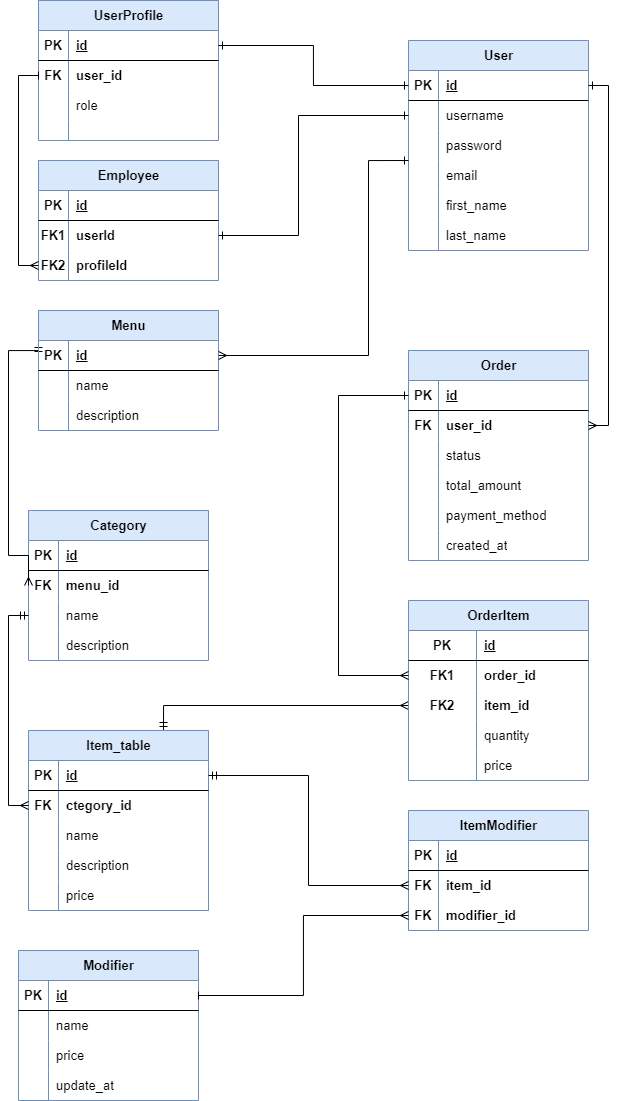
The draw.io diagram food_delivery.png in almusfuad/food_delivery_DK, before a commit. Source tidied: cells renumbered, new cells last; positions are measured from the earlier drawing's top-left corner, leaving out a move shared by most shapes.
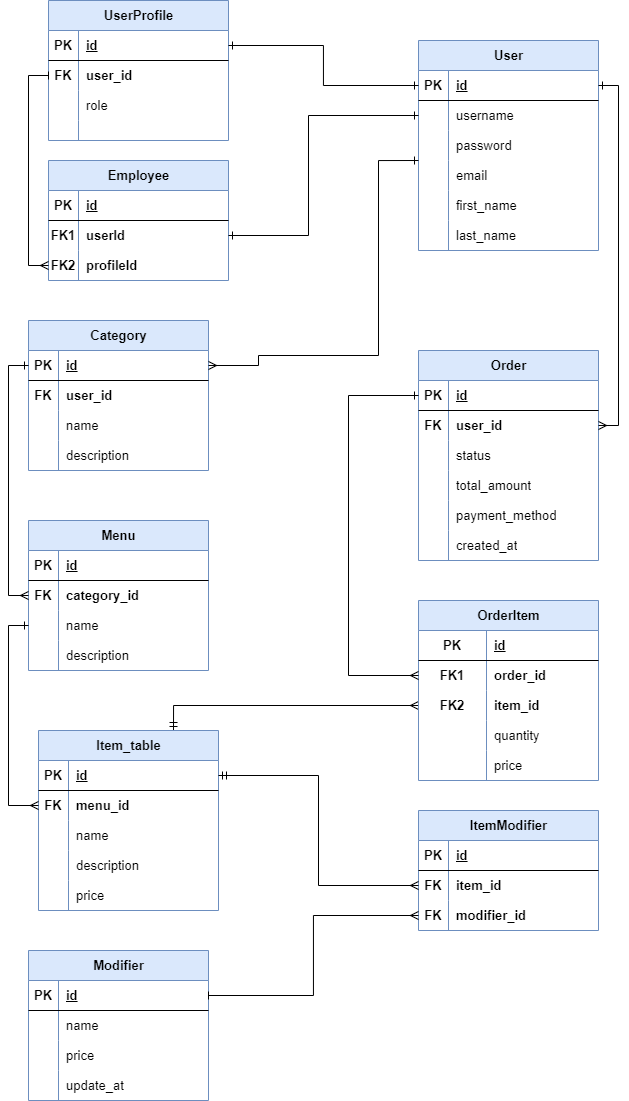
Above is the later version.

Diff of the diagram source:
```diff
@@ -3,7 +3,7 @@
     <mxCell id="0" />
     <mxCell id="1" parent="0" />
     <mxCell id="2" value="Category" style="shape=table;startSize=30;rowLines=0;fontStyle=1;align=center;html=1;fillColor=#dae8fc;strokeColor=#6c8ebf;fontSize=13;" parent="1" vertex="1">
-      <mxGeometry x="20" y="510" width="180" height="150" as="geometry" />
+      <mxGeometry x="10" y="320" width="180" height="150" as="geometry" />
     </mxCell>
     <mxCell id="3" style="shape=tableRow;horizontal=0;startSize=0;swimlaneHead=0;swimlaneBody=0;fillColor=none;points=[[0,0.5],[1,0.5]];portConstraint=eastwest;top=0;left=0;right=0;bottom=1;fontSize=13;" parent="2" vertex="1">
       <mxGeometry y="30" width="180" height="30" as="geometry" />
@@ -20,7 +20,7 @@
     <mxCell id="7" value="&lt;b style=&quot;font-size: 13px;&quot;&gt;FK&lt;/b&gt;" style="shape=partialRectangle;fillColor=none;top=0;left=0;bottom=0;right=0;overflow=hidden;whiteSpace=wrap;html=1;fontSize=13;" parent="6" vertex="1">
       <mxGeometry width="30" height="30" as="geometry" />
     </mxCell>
-    <mxCell id="8" value="&lt;b style=&quot;font-size: 13px;&quot;&gt;menu_id&lt;/b&gt;" style="shape=partialRectangle;fillColor=none;top=0;left=0;bottom=0;right=0;align=left;spacingLeft=6;overflow=hidden;whiteSpace=wrap;html=1;fontSize=13;" parent="6" vertex="1">
+    <mxCell id="8" value="&lt;b&gt;user_id&lt;/b&gt;" style="shape=partialRectangle;fillColor=none;top=0;left=0;bottom=0;right=0;align=left;spacingLeft=6;overflow=hidden;whiteSpace=wrap;html=1;fontSize=13;" parent="6" vertex="1">
       <mxGeometry x="30" width="150" height="30" as="geometry" />
     </mxCell>
     <mxCell id="9" style="shape=tableRow;horizontal=0;startSize=0;swimlaneHead=0;swimlaneBody=0;fillColor=none;points=[[0,0.5],[1,0.5]];portConstraint=eastwest;top=0;left=0;right=0;bottom=0;fontSize=13;" parent="2" vertex="1">
@@ -62,7 +62,7 @@
     <mxCell id="21" value="&lt;b style=&quot;font-size: 13px;&quot;&gt;FK&lt;/b&gt;" style="shape=partialRectangle;fillColor=none;top=0;left=0;bottom=0;right=0;overflow=hidden;whiteSpace=wrap;html=1;fontSize=13;" parent="20" vertex="1">
       <mxGeometry width="30" height="30" as="geometry" />
     </mxCell>
-    <mxCell id="22" value="&lt;b style=&quot;font-size: 13px;&quot;&gt;ctegory_id&lt;/b&gt;" style="shape=partialRectangle;fillColor=none;top=0;left=0;bottom=0;right=0;align=left;spacingLeft=6;overflow=hidden;whiteSpace=wrap;html=1;fontSize=13;" parent="20" vertex="1">
+    <mxCell id="22" value="&lt;b&gt;menu_id&lt;/b&gt;" style="shape=partialRectangle;fillColor=none;top=0;left=0;bottom=0;right=0;align=left;spacingLeft=6;overflow=hidden;whiteSpace=wrap;html=1;fontSize=13;" parent="20" vertex="1">
       <mxGeometry x="30" width="150" height="30" as="geometry" />
     </mxCell>
     <mxCell id="23" style="shape=tableRow;horizontal=0;startSize=0;swimlaneHead=0;swimlaneBody=0;fillColor=none;top=0;left=0;right=0;bottom=0;fontSize=13;" parent="16" vertex="1">
@@ -266,19 +266,6 @@
     <mxCell id="89" value="price" style="shape=partialRectangle;fillColor=none;top=0;left=0;bottom=0;right=0;align=left;spacingLeft=6;overflow=hidden;whiteSpace=wrap;html=1;fontSize=13;" parent="87" vertex="1">
       <mxGeometry x="68" width="112" height="30" as="geometry" />
     </mxCell>
-    <mxCell id="90" style="edgeStyle=orthogonalEdgeStyle;rounded=0;jettySize=auto;html=1;entryX=0;entryY=0.5;entryDx=0;entryDy=0;startArrow=ERmandOne;startFill=0;endArrow=ERmany;endFill=0;fontSize=13;exitX=0;exitY=0.5;exitDx=0;exitDy=0;" parent="1" edge="1" source="130" target="6">
-      <mxGeometry relative="1" as="geometry">
-        <Array as="points">
-          <mxPoint x="30" y="350" />
-          <mxPoint y="350" />
-          <mxPoint y="555" />
-          <mxPoint x="20" y="555" />
-        </Array>
-      </mxGeometry>
-    </mxCell>
-    <mxCell id="91" style="edgeStyle=orthogonalEdgeStyle;rounded=0;jettySize=auto;html=1;exitX=0;exitY=0.5;exitDx=0;exitDy=0;entryX=0;entryY=0.5;entryDx=0;entryDy=0;startArrow=ERmandOne;startFill=0;endArrow=ERmany;endFill=0;fontSize=13;" parent="1" edge="1" source="9" target="20">
-      <mxGeometry relative="1" as="geometry" />
-    </mxCell>
     <mxCell id="92" style="edgeStyle=orthogonalEdgeStyle;rounded=0;jettySize=auto;html=1;exitX=1;exitY=0.5;exitDx=0;exitDy=0;entryX=0;entryY=0.5;entryDx=0;entryDy=0;startArrow=ERmandOne;startFill=0;endArrow=ERmany;endFill=0;fontSize=13;" parent="1" edge="1" source="17" target="49">
       <mxGeometry relative="1" as="geometry" />
     </mxCell>
@@ -396,7 +383,7 @@
       <mxGeometry relative="1" as="geometry" />
     </mxCell>
     <mxCell id="129" value="Menu" style="shape=table;startSize=30;rowLines=0;fontStyle=1;align=center;html=1;fillColor=#dae8fc;strokeColor=#6c8ebf;fontSize=13;" parent="1" vertex="1">
-      <mxGeometry x="30" y="310" width="180" height="120" as="geometry" />
+      <mxGeometry x="10" y="520" width="180" height="150" as="geometry" />
     </mxCell>
     <mxCell id="130" style="shape=tableRow;horizontal=0;startSize=0;swimlaneHead=0;swimlaneBody=0;fillColor=none;points=[[0,0.5],[1,0.5]];portConstraint=eastwest;top=0;left=0;right=0;bottom=1;fontSize=13;" parent="129" vertex="1">
       <mxGeometry y="30" width="180" height="30" as="geometry" />
@@ -407,8 +394,17 @@
     <mxCell id="132" value="id" style="shape=partialRectangle;fillColor=none;top=0;left=0;bottom=0;right=0;align=left;spacingLeft=6;fontStyle=5;overflow=hidden;whiteSpace=wrap;html=1;fontSize=13;" parent="130" vertex="1">
       <mxGeometry x="30" width="150" height="30" as="geometry" />
     </mxCell>
+    <mxCell id="152" style="shape=tableRow;horizontal=0;startSize=0;swimlaneHead=0;swimlaneBody=0;fillColor=none;points=[[0,0.5],[1,0.5]];portConstraint=eastwest;top=0;left=0;right=0;bottom=0;fontSize=13;" parent="129" vertex="1">
+      <mxGeometry y="60" width="180" height="30" as="geometry" />
+    </mxCell>
+    <mxCell id="153" value="&lt;b&gt;FK&lt;/b&gt;" style="shape=partialRectangle;fillColor=none;top=0;left=0;bottom=0;right=0;overflow=hidden;whiteSpace=wrap;html=1;fontSize=13;" parent="152" vertex="1">
+      <mxGeometry width="30" height="30" as="geometry" />
+    </mxCell>
+    <mxCell id="154" value="&lt;b&gt;category_id&lt;/b&gt;" style="shape=partialRectangle;fillColor=none;top=0;left=0;bottom=0;right=0;align=left;spacingLeft=6;overflow=hidden;whiteSpace=wrap;html=1;fontSize=13;" parent="152" vertex="1">
+      <mxGeometry x="30" width="150" height="30" as="geometry" />
+    </mxCell>
     <mxCell id="133" style="shape=tableRow;horizontal=0;startSize=0;swimlaneHead=0;swimlaneBody=0;fillColor=none;points=[[0,0.5],[1,0.5]];portConstraint=eastwest;top=0;left=0;right=0;bottom=0;fontSize=13;" parent="129" vertex="1">
-      <mxGeometry y="60" width="180" height="30" as="geometry" />
+      <mxGeometry y="90" width="180" height="30" as="geometry" />
     </mxCell>
     <mxCell id="134" style="shape=partialRectangle;fillColor=none;top=0;left=0;bottom=0;right=0;overflow=hidden;whiteSpace=wrap;html=1;fontSize=13;" parent="133" vertex="1">
       <mxGeometry width="30" height="30" as="geometry" />
@@ -417,7 +413,7 @@
       <mxGeometry x="30" width="150" height="30" as="geometry" />
     </mxCell>
     <mxCell id="136" style="shape=tableRow;horizontal=0;startSize=0;swimlaneHead=0;swimlaneBody=0;fillColor=none;top=0;left=0;right=0;bottom=0;fontSize=13;" parent="129" vertex="1">
-      <mxGeometry y="90" width="180" height="30" as="geometry" />
+      <mxGeometry y="120" width="180" height="30" as="geometry" />
     </mxCell>
     <mxCell id="137" style="shape=partialRectangle;fillColor=none;top=0;left=0;bottom=0;right=0;overflow=hidden;whiteSpace=wrap;html=1;fontSize=13;" parent="136" vertex="1">
       <mxGeometry width="30" height="30" as="geometry" />
@@ -425,12 +421,14 @@
     <mxCell id="138" value="description" style="shape=partialRectangle;fillColor=none;top=0;left=0;bottom=0;right=0;align=left;spacingLeft=6;overflow=hidden;whiteSpace=wrap;html=1;fontSize=13;" parent="136" vertex="1">
       <mxGeometry x="30" width="150" height="30" as="geometry" />
     </mxCell>
-    <mxCell id="139" style="edgeStyle=orthogonalEdgeStyle;rounded=0;jettySize=auto;html=1;entryX=1;entryY=0.5;entryDx=0;entryDy=0;startArrow=ERone;startFill=0;endArrow=ERmany;endFill=0;fontSize=13;" parent="1" edge="1" target="130">
+    <mxCell id="139" style="edgeStyle=orthogonalEdgeStyle;rounded=0;jettySize=auto;html=1;startArrow=ERone;startFill=0;endArrow=ERmany;endFill=0;fontSize=13;entryX=1;entryY=0.5;entryDx=0;entryDy=0;" parent="1" edge="1" target="3">
       <mxGeometry relative="1" as="geometry">
         <mxPoint x="400" y="160" as="sourcePoint" />
         <Array as="points">
           <mxPoint x="360" y="160" />
           <mxPoint x="360" y="355" />
+          <mxPoint x="240" y="355" />
+          <mxPoint x="240" y="365" />
         </Array>
       </mxGeometry>
     </mxCell>
@@ -475,5 +473,11 @@
         </Array>
       </mxGeometry>
     </mxCell>
+    <mxCell id="155" style="edgeStyle=orthogonalEdgeStyle;rounded=0;jettySize=auto;html=1;exitX=0;exitY=0.5;exitDx=0;exitDy=0;entryX=0;entryY=0.5;entryDx=0;entryDy=0;startArrow=ERone;startFill=0;endArrow=ERmany;endFill=0;" parent="1" edge="1" source="3" target="152">
+      <mxGeometry relative="1" as="geometry" />
+    </mxCell>
+    <mxCell id="156" style="edgeStyle=orthogonalEdgeStyle;rounded=0;jettySize=auto;html=1;exitX=0;exitY=0.5;exitDx=0;exitDy=0;entryX=0;entryY=0.5;entryDx=0;entryDy=0;startArrow=ERone;startFill=0;endArrow=ERmany;endFill=0;" parent="1" edge="1" source="133" target="20">
+      <mxGeometry relative="1" as="geometry" />
+    </mxCell>
   </root>
 </mxGraphModel>
```
